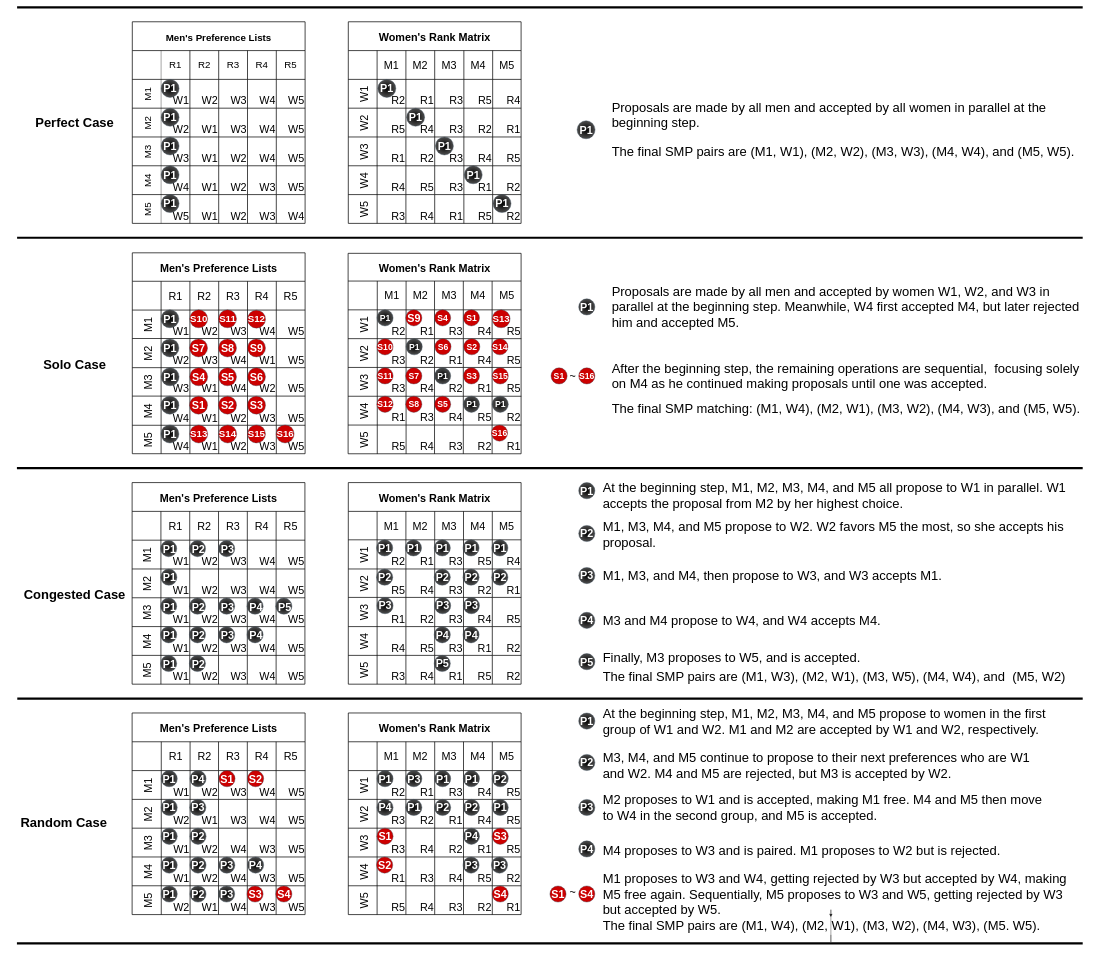
Before: SMPWorkloads.drawio in victorliu-sq/BambooSMP-Figures, a draw.io diagram. Source tidied: cells renumbered, new cells numbered last; positions are measured from the earlier drawing's top-left corner, leaving out a move shared by most shapes. Both pictures are drawn from the tidied source at 36%, with x=0, y=0 at pixel (6, 7).
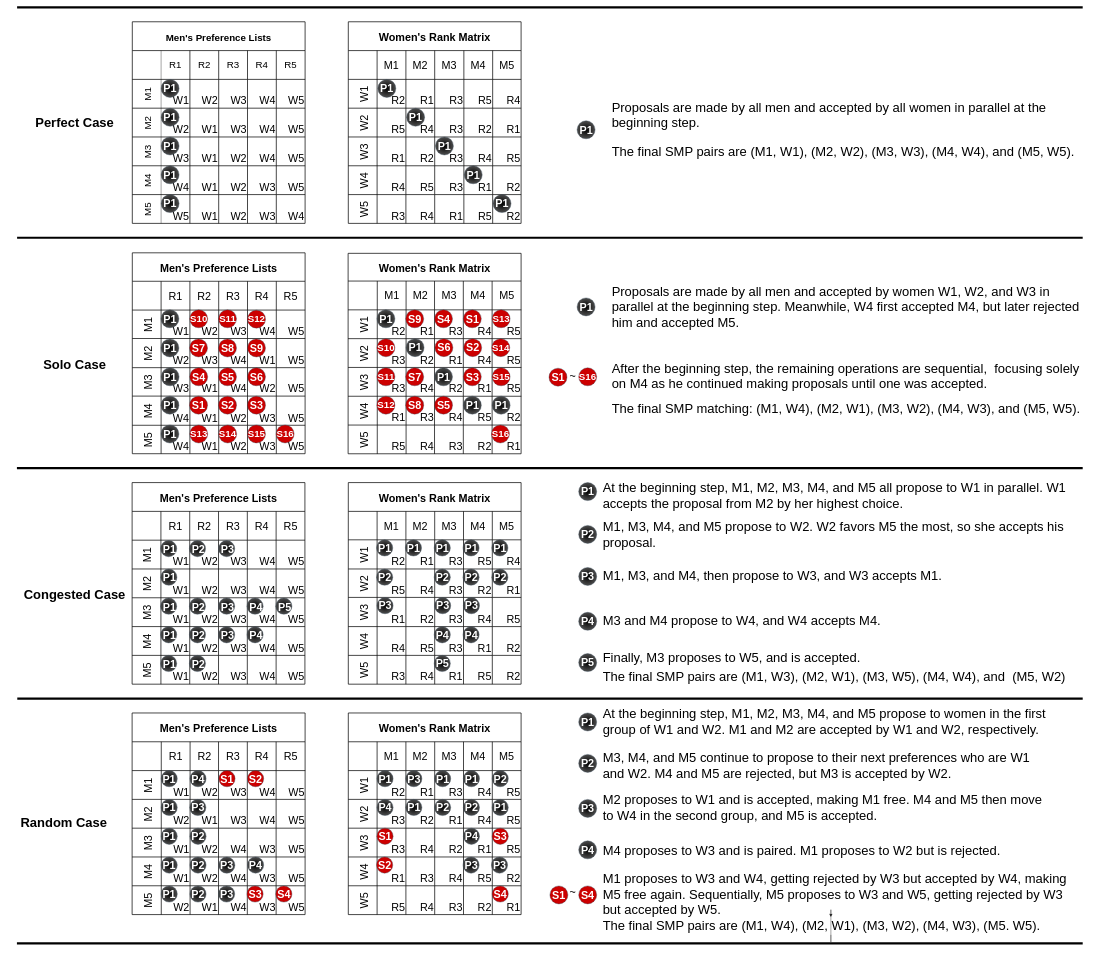
After the change.

The edit, as a diff of the source:
```diff
@@
-    <mxCell id="201" value="S1" style="ellipse;whiteSpace=wrap;html=1;strokeColor=#314354;align=center;verticalAlign=middle;fontFamily=Helvetica;fontSize=24;fillColor=#CC0000;fontColor=#ffffff;fontStyle=1;" parent="1" vertex="1">
-      <mxGeometry x="1513" y="1001.2" width="45" height="45" as="geometry" />
+    <mxCell id="201" value="S1" style="ellipse;whiteSpace=wrap;html=1;strokeColor=#314354;align=center;verticalAlign=middle;fontFamily=Helvetica;fontSize=30;fillColor=#CC0000;fontColor=#ffffff;fontStyle=1;" parent="1" vertex="1">
+      <mxGeometry x="1507.5" y="1002.2" width="50" height="50" as="geometry" />
     </mxCell>
     <mxCell id="202" value="P1" style="ellipse;whiteSpace=wrap;html=1;strokeColor=#314354;align=center;verticalAlign=middle;fontFamily=Helvetica;fontSize=30;fillColor=#000000;fontColor=#ffffff;fontStyle=1;gradientColor=#4D4D4D;gradientDirection=radial;" parent="1" vertex="1">
-      <mxGeometry x="1590" y="809.5" width="45" height="45" as="geometry" />
+      <mxGeometry x="1585.5" y="807" width="50" height="50" as="geometry" />
     </mxCell>
     <mxCell id="203" value="P1" style="ellipse;whiteSpace=wrap;html=1;strokeColor=#314354;align=center;verticalAlign=middle;fontFamily=Helvetica;fontSize=30;fillColor=#000000;fontColor=#ffffff;gradientColor=#4D4D4D;gradientDirection=radial;fontStyle=1;" parent="1" vertex="1">
-      <mxGeometry x="1590" y="1320" width="45" height="45" as="geometry" />
+      <mxGeometry x="1590" y="1320" width="50" height="50" as="geometry" />
     </mxCell>
     <mxCell id="204" value="P2" style="ellipse;whiteSpace=wrap;html=1;strokeColor=#314354;align=center;verticalAlign=middle;fontFamily=Helvetica;fontSize=30;fillColor=#000000;fontColor=#ffffff;gradientColor=#4D4D4D;gradientDirection=radial;fontStyle=1;" parent="1" vertex="1">
-      <mxGeometry x="1590" y="1439" width="45" height="45" as="geometry" />
+      <mxGeometry x="1590" y="1439" width="50" height="50" as="geometry" />
     </mxCell>
     <mxCell id="205" value="P3" style="ellipse;whiteSpace=wrap;html=1;strokeColor=#314354;align=center;verticalAlign=middle;fontFamily=Helvetica;fontSize=30;fillColor=#000000;fontColor=#ffffff;gradientColor=#4D4D4D;gradientDirection=radial;fontStyle=1;" parent="1" vertex="1">
-      <mxGeometry x="1590" y="1555.8" width="45" height="45" as="geometry" />
+      <mxGeometry x="1590" y="1555.8" width="50" height="50" as="geometry" />
     </mxCell>
     <mxCell id="206" value="P4" style="ellipse;whiteSpace=wrap;html=1;strokeColor=#314354;align=center;verticalAlign=middle;fontFamily=Helvetica;fontSize=30;fillColor=#000000;fontColor=#ffffff;gradientColor=#4D4D4D;gradientDirection=radial;fontStyle=1;direction=south;" parent="1" vertex="1">
-      <mxGeometry x="1590" y="1680.3" width="45" height="45" as="geometry" />
+      <mxGeometry x="1590" y="1680.3" width="50" height="50" as="geometry" />
     </mxCell>
@@
-    <mxCell id="218" value="S16" style="ellipse;whiteSpace=wrap;html=1;strokeColor=#314354;align=center;verticalAlign=middle;fontFamily=Helvetica;fontSize=24;fillColor=#CC0000;fontColor=#ffffff;fontStyle=1;" parent="1" vertex="1">
-      <mxGeometry x="1590" y="1001.2" width="45" height="45" as="geometry" />
+    <mxCell id="218" value="S16" style="ellipse;whiteSpace=wrap;html=1;strokeColor=#314354;align=center;verticalAlign=middle;fontFamily=Helvetica;fontSize=27;fillColor=#CC0000;fontColor=#ffffff;fontStyle=1;" parent="1" vertex="1">
+      <mxGeometry x="1590" y="1001.2" width="50" height="50" as="geometry" />
     </mxCell>
@@
     <mxCell id="220" value="P1" style="ellipse;whiteSpace=wrap;html=1;strokeColor=#314354;align=center;verticalAlign=middle;fontFamily=Helvetica;fontSize=30;fillColor=#000000;fontColor=#ffffff;strokeWidth=1;perimeterSpacing=1;gradientColor=#4D4D4D;gradientDirection=radial;fontStyle=1;fillStyle=solid;" parent="1" vertex="1">
-      <mxGeometry x="1590" y="1960" width="45" height="45" as="geometry" />
+      <mxGeometry x="1590" y="1960" width="50" height="50" as="geometry" />
     </mxCell>
     <mxCell id="221" value="P2" style="ellipse;whiteSpace=wrap;html=1;strokeColor=#314354;align=center;verticalAlign=middle;fontFamily=Helvetica;fontSize=30;fillColor=#000000;fontColor=#ffffff;gradientColor=#4D4D4D;gradientDirection=radial;fontStyle=1;" parent="1" vertex="1">
-      <mxGeometry x="1590" y="2075" width="45" height="45" as="geometry" />
+      <mxGeometry x="1590" y="2075" width="50" height="50" as="geometry" />
     </mxCell>
     <mxCell id="222" value="P3" style="ellipse;whiteSpace=wrap;html=1;strokeColor=#314354;align=center;verticalAlign=middle;fontFamily=Helvetica;fontSize=30;fillColor=#000000;fontColor=#ffffff;fontStyle=1;gradientColor=#4D4D4D;gradientDirection=radial;" parent="1" vertex="1">
-      <mxGeometry x="1590" y="2200" width="45" height="45" as="geometry" />
+      <mxGeometry x="1590" y="2200" width="50" height="50" as="geometry" />
     </mxCell>
     <mxCell id="223" value="P4" style="ellipse;whiteSpace=wrap;html=1;strokeColor=#314354;align=center;verticalAlign=middle;fontFamily=Helvetica;fontSize=30;fillColor=#000000;fontColor=#ffffff;fontStyle=1;gradientColor=#4D4D4D;gradientDirection=radial;" parent="1" vertex="1">
-      <mxGeometry x="1590" y="2315.2" width="45" height="45" as="geometry" />
+      <mxGeometry x="1590" y="2315.2" width="50" height="50" as="geometry" />
     </mxCell>
     <mxCell id="224" value="S1" style="ellipse;whiteSpace=wrap;html=1;strokeColor=#314354;align=center;verticalAlign=middle;fontFamily=Helvetica;fontSize=30;fillColor=#CC0000;fontColor=#ffffff;fontStyle=1;" parent="1" vertex="1">
-      <mxGeometry x="1510" y="2440.4" width="45" height="45" as="geometry" />
+      <mxGeometry x="1510" y="2440.4" width="50" height="50" as="geometry" />
     </mxCell>
     <mxCell id="225" value="S4" style="ellipse;whiteSpace=wrap;html=1;strokeColor=#314354;align=center;verticalAlign=middle;fontFamily=Helvetica;fontSize=30;fillColor=#CC0000;fontColor=#ffffff;fillStyle=solid;strokeWidth=1;fontStyle=1;gradientColor=none;gradientDirection=radial;" parent="1" vertex="1">
-      <mxGeometry x="1590" y="2440.3" width="45" height="45" as="geometry" />
+      <mxGeometry x="1590" y="2440.3" width="50" height="50" as="geometry" />
     </mxCell>
     <mxCell id="226" value="&lt;h1 style=&quot;font-size: 30px;&quot;&gt;&lt;span style=&quot;font-weight: 400; font-size: 30px;&quot;&gt;~&lt;/span&gt;&lt;/h1&gt;" style="text;strokeColor=none;align=left;fillColor=none;html=1;verticalAlign=middle;whiteSpace=wrap;rounded=0;fontFamily=Helvetica;fontSize=30;fontColor=default;" parent="1" vertex="1">
-      <mxGeometry x="1563" y="2434.4" width="45" height="45" as="geometry" />
+      <mxGeometry x="1563" y="2434.4" width="50" height="50" as="geometry" />
     </mxCell>
@@
     <mxCell id="243" value="P5" style="ellipse;whiteSpace=wrap;html=1;strokeColor=#314354;align=center;verticalAlign=middle;fontFamily=Helvetica;fontSize=30;fillColor=#000000;fontColor=#ffffff;fillStyle=solid;strokeWidth=1;fontStyle=1;gradientColor=#4D4D4D;gradientDirection=radial;" parent="1" vertex="1">
-      <mxGeometry x="1590" y="1795" width="45" height="45" as="geometry" />
+      <mxGeometry x="1590" y="1795" width="50" height="50" as="geometry" />
     </mxCell>
@@
-    <mxCell id="397" value="P1" style="ellipse;whiteSpace=wrap;html=1;strokeColor=#314354;align=center;verticalAlign=middle;fontFamily=Helvetica;fontSize=24;fillColor=#000000;fontColor=#ffffff;fontStyle=1;gradientColor=#4D4D4D;gradientDirection=radial;" parent="1" vertex="1">
-      <mxGeometry x="1029.5" y="840" width="45" height="45" as="geometry" />
+    <mxCell id="397" value="P1" style="ellipse;whiteSpace=wrap;html=1;strokeColor=#314354;align=center;verticalAlign=middle;fontFamily=Helvetica;fontSize=30;fillColor=#000000;fontColor=#ffffff;fontStyle=1;gradientColor=#4D4D4D;gradientDirection=radial;" parent="1" vertex="1">
+      <mxGeometry x="1029.5" y="840" width="50" height="50" as="geometry" />
     </mxCell>
-    <mxCell id="398" value="P1" style="ellipse;whiteSpace=wrap;html=1;strokeColor=#314354;align=center;verticalAlign=middle;fontFamily=Helvetica;fontSize=24;fillColor=#000000;fontColor=#ffffff;fontStyle=1;gradientColor=#4D4D4D;gradientDirection=radial;" parent="1" vertex="1">
-      <mxGeometry x="1110.5" y="920.2" width="45" height="45" as="geometry" />
+    <mxCell id="398" value="P1" style="ellipse;whiteSpace=wrap;html=1;strokeColor=#314354;align=center;verticalAlign=middle;fontFamily=Helvetica;fontSize=30;fillColor=#000000;fontColor=#ffffff;fontStyle=1;gradientColor=#4D4D4D;gradientDirection=radial;" parent="1" vertex="1">
+      <mxGeometry x="1110.5" y="920.2" width="50" height="50" as="geometry" />
     </mxCell>
-    <mxCell id="399" value="P1" style="ellipse;whiteSpace=wrap;html=1;strokeColor=#314354;align=center;verticalAlign=middle;fontFamily=Helvetica;fontSize=24;fillColor=#000000;fontColor=#ffffff;fontStyle=1;gradientColor=#4D4D4D;gradientDirection=radial;" parent="1" vertex="1">
-      <mxGeometry x="1189.5" y="1001.2" width="45" height="45" as="geometry" />
+    <mxCell id="399" value="P1" style="ellipse;whiteSpace=wrap;html=1;strokeColor=#314354;align=center;verticalAlign=middle;fontFamily=Helvetica;fontSize=30;fillColor=#000000;fontColor=#ffffff;fontStyle=1;gradientColor=#4D4D4D;gradientDirection=radial;" parent="1" vertex="1">
+      <mxGeometry x="1189.5" y="1001.2" width="50" height="50" as="geometry" />
     </mxCell>
-    <mxCell id="400" value="P1" style="ellipse;whiteSpace=wrap;html=1;strokeColor=#314354;align=center;verticalAlign=middle;fontFamily=Helvetica;fontSize=24;fillColor=#000000;fontColor=#ffffff;fontStyle=1;gradientColor=#4D4D4D;gradientDirection=radial;" parent="1" vertex="1">
-      <mxGeometry x="1349.5" y="1080" width="45" height="45" as="geometry" />
+    <mxCell id="400" value="P1" style="ellipse;whiteSpace=wrap;html=1;strokeColor=#314354;align=center;verticalAlign=middle;fontFamily=Helvetica;fontSize=30;fillColor=#000000;fontColor=#ffffff;fontStyle=1;gradientColor=#4D4D4D;gradientDirection=radial;" parent="1" vertex="1">
+      <mxGeometry x="1349.5" y="1080" width="50" height="50" as="geometry" />
     </mxCell>
-    <mxCell id="401" value="P1" style="ellipse;whiteSpace=wrap;html=1;strokeColor=#314354;align=center;verticalAlign=middle;fontFamily=Helvetica;fontSize=24;fillColor=#000000;fontColor=#ffffff;fontStyle=1;gradientColor=#4D4D4D;gradientDirection=radial;" parent="1" vertex="1">
-      <mxGeometry x="1269.5" y="1080" width="45" height="45" as="geometry" />
+    <mxCell id="401" value="P1" style="ellipse;whiteSpace=wrap;html=1;strokeColor=#314354;align=center;verticalAlign=middle;fontFamily=Helvetica;fontSize=30;fillColor=#000000;fontColor=#ffffff;fontStyle=1;gradientColor=#4D4D4D;gradientDirection=radial;" parent="1" vertex="1">
+      <mxGeometry x="1269.5" y="1080" width="50" height="50" as="geometry" />
     </mxCell>
-    <mxCell id="402" value="S2" style="ellipse;whiteSpace=wrap;html=1;strokeColor=#314354;align=center;verticalAlign=middle;fontFamily=Helvetica;fontSize=24;fillColor=#CC0000;fontColor=#ffffff;fontStyle=1;" parent="1" vertex="1">
-      <mxGeometry x="1270.5" y="920.2" width="45" height="45" as="geometry" />
+    <mxCell id="402" value="S2" style="ellipse;whiteSpace=wrap;html=1;strokeColor=#314354;align=center;verticalAlign=middle;fontFamily=Helvetica;fontSize=30;fillColor=#CC0000;fontColor=#ffffff;fontStyle=1;" parent="1" vertex="1">
+      <mxGeometry x="1270.5" y="920.2" width="50" height="50" as="geometry" />
     </mxCell>
-    <mxCell id="403" value="S3" style="ellipse;whiteSpace=wrap;html=1;strokeColor=#314354;align=center;verticalAlign=middle;fontFamily=Helvetica;fontSize=24;fillColor=#CC0000;fontColor=#ffffff;gradientColor=none;fillStyle=solid;strokeWidth=1;fontStyle=1;gradientDirection=radial;" parent="1" vertex="1">
-      <mxGeometry x="1269.5" y="1001.2" width="45" height="45" as="geometry" />
+    <mxCell id="403" value="S3" style="ellipse;whiteSpace=wrap;html=1;strokeColor=#314354;align=center;verticalAlign=middle;fontFamily=Helvetica;fontSize=30;fillColor=#CC0000;fontColor=#ffffff;gradientColor=none;fillStyle=solid;strokeWidth=1;fontStyle=1;gradientDirection=radial;" parent="1" vertex="1">
+      <mxGeometry x="1269.5" y="1001.2" width="50" height="50" as="geometry" />
     </mxCell>
-    <mxCell id="404" value="S4" style="ellipse;whiteSpace=wrap;html=1;strokeColor=#314354;align=center;verticalAlign=middle;fontFamily=Helvetica;fontSize=24;fillColor=#CC0000;fontColor=#ffffff;fontStyle=1;" parent="1" vertex="1">
-      <mxGeometry x="1189.5" y="840" width="45" height="45" as="geometry" />
+    <mxCell id="404" value="S4" style="ellipse;whiteSpace=wrap;html=1;strokeColor=#314354;align=center;verticalAlign=middle;fontFamily=Helvetica;fontSize=30;fillColor=#CC0000;fontColor=#ffffff;fontStyle=1;" parent="1" vertex="1">
+      <mxGeometry x="1189.5" y="840" width="50" height="50" as="geometry" />
     </mxCell>
-    <mxCell id="405" value="S5" style="ellipse;whiteSpace=wrap;html=1;strokeColor=#314354;align=center;verticalAlign=middle;fontFamily=Helvetica;fontSize=24;fillColor=#CC0000;fontColor=#ffffff;fontStyle=1;" parent="1" vertex="1">
-      <mxGeometry x="1189.5" y="1080" width="45" height="45" as="geometry" />
+    <mxCell id="405" value="S5" style="ellipse;whiteSpace=wrap;html=1;strokeColor=#314354;align=center;verticalAlign=middle;fontFamily=Helvetica;fontSize=30;fillColor=#CC0000;fontColor=#ffffff;fontStyle=1;" parent="1" vertex="1">
+      <mxGeometry x="1189.5" y="1080" width="50" height="50" as="geometry" />
     </mxCell>
-    <mxCell id="406" value="S6" style="ellipse;whiteSpace=wrap;html=1;strokeColor=#314354;align=center;verticalAlign=middle;fontFamily=Helvetica;fontSize=24;fillColor=#CC0000;fontColor=#ffffff;gradientColor=none;fillStyle=solid;strokeWidth=1;fontStyle=1;gradientDirection=radial;" parent="1" vertex="1">
-      <mxGeometry x="1190.5" y="920.2" width="45" height="45" as="geometry" />
+    <mxCell id="406" value="S6" style="ellipse;whiteSpace=wrap;html=1;strokeColor=#314354;align=center;verticalAlign=middle;fontFamily=Helvetica;fontSize=30;fillColor=#CC0000;fontColor=#ffffff;gradientColor=none;fillStyle=solid;strokeWidth=1;fontStyle=1;gradientDirection=radial;" parent="1" vertex="1">
+      <mxGeometry x="1190.5" y="920.2" width="50" height="50" as="geometry" />
     </mxCell>
-    <mxCell id="407" value="S7" style="ellipse;whiteSpace=wrap;html=1;strokeColor=#314354;align=center;verticalAlign=middle;fontFamily=Helvetica;fontSize=24;fillColor=#CC0000;fontColor=#ffffff;fontStyle=1;" parent="1" vertex="1">
-      <mxGeometry x="1109.5" y="1001.2" width="45" height="45" as="geometry" />
+    <mxCell id="407" value="S7" style="ellipse;whiteSpace=wrap;html=1;strokeColor=#314354;align=center;verticalAlign=middle;fontFamily=Helvetica;fontSize=30;fillColor=#CC0000;fontColor=#ffffff;fontStyle=1;" parent="1" vertex="1">
+      <mxGeometry x="1109.5" y="1001.2" width="50" height="50" as="geometry" />
     </mxCell>
-    <mxCell id="408" value="S8" style="ellipse;whiteSpace=wrap;html=1;strokeColor=#314354;align=center;verticalAlign=middle;fontFamily=Helvetica;fontSize=24;fillColor=#CC0000;fontColor=#ffffff;fontStyle=1;" parent="1" vertex="1">
-      <mxGeometry x="1109.5" y="1080" width="45" height="45" as="geometry" />
+    <mxCell id="408" value="S8" style="ellipse;whiteSpace=wrap;html=1;strokeColor=#314354;align=center;verticalAlign=middle;fontFamily=Helvetica;fontSize=30;fillColor=#CC0000;fontColor=#ffffff;fontStyle=1;" parent="1" vertex="1">
+      <mxGeometry x="1109.5" y="1080" width="50" height="50" as="geometry" />
     </mxCell>
     <mxCell id="409" value="S9" style="ellipse;whiteSpace=wrap;html=1;strokeColor=#314354;align=center;verticalAlign=middle;fontFamily=Helvetica;fontSize=30;fillColor=#CC0000;fontColor=#ffffff;gradientColor=none;fillStyle=solid;strokeWidth=1;fontStyle=1;gradientDirection=radial;" parent="1" vertex="1">
-      <mxGeometry x="1109.5" y="840" width="45" height="45" as="geometry" />
+      <mxGeometry x="1109.5" y="840" width="50" height="50" as="geometry" />
     </mxCell>
-    <mxCell id="410" value="S10" style="ellipse;whiteSpace=wrap;html=1;strokeColor=#314354;align=center;verticalAlign=middle;fontFamily=Helvetica;fontSize=24;fillColor=#CC0000;fontColor=#ffffff;fontStyle=1;" parent="1" vertex="1">
-      <mxGeometry x="1029.5" y="920.5" width="45" height="45" as="geometry" />
+    <mxCell id="410" value="S10" style="ellipse;whiteSpace=wrap;html=1;strokeColor=#314354;align=center;verticalAlign=middle;fontFamily=Helvetica;fontSize=27;fillColor=#CC0000;fontColor=#ffffff;fontStyle=1;" parent="1" vertex="1">
+      <mxGeometry x="1029.5" y="920.5" width="50" height="50" as="geometry" />
     </mxCell>
-    <mxCell id="411" value="S11" style="ellipse;whiteSpace=wrap;html=1;strokeColor=#314354;align=center;verticalAlign=middle;fontFamily=Helvetica;fontSize=24;fillColor=#CC0000;fontColor=#ffffff;fontStyle=1;" parent="1" vertex="1">
-      <mxGeometry x="1029.5" y="1001.2" width="45" height="45" as="geometry" />
+    <mxCell id="411" value="S11" style="ellipse;whiteSpace=wrap;html=1;strokeColor=#314354;align=center;verticalAlign=middle;fontFamily=Helvetica;fontSize=27;fillColor=#CC0000;fontColor=#ffffff;fontStyle=1;" parent="1" vertex="1">
+      <mxGeometry x="1029.5" y="1001.2" width="50" height="50" as="geometry" />
     </mxCell>
-    <mxCell id="412" value="S12" style="ellipse;whiteSpace=wrap;html=1;strokeColor=#314354;align=center;verticalAlign=middle;fontFamily=Helvetica;fontSize=24;fillColor=#CC0000;fontColor=#ffffff;gradientColor=none;fillStyle=solid;strokeWidth=1;fontStyle=1;gradientDirection=radial;" parent="1" vertex="1">
-      <mxGeometry x="1029.5" y="1080" width="45" height="45" as="geometry" />
+    <mxCell id="412" value="S12" style="ellipse;whiteSpace=wrap;html=1;strokeColor=#314354;align=center;verticalAlign=middle;fontFamily=Helvetica;fontSize=27;fillColor=#CC0000;fontColor=#ffffff;gradientColor=none;fillStyle=solid;strokeWidth=1;fontStyle=1;gradientDirection=radial;" parent="1" vertex="1">
+      <mxGeometry x="1029.5" y="1080" width="50" height="50" as="geometry" />
     </mxCell>
@@
-    <mxCell id="414" value="S14" style="ellipse;whiteSpace=wrap;html=1;strokeColor=#314354;align=center;verticalAlign=middle;fontFamily=Helvetica;fontSize=24;fillColor=#CC0000;fontColor=#ffffff;fontStyle=1;" parent="1" vertex="1">
-      <mxGeometry x="1348.5" y="920.2" width="45" height="45" as="geometry" />
+    <mxCell id="414" value="S14" style="ellipse;whiteSpace=wrap;html=1;strokeColor=#314354;align=center;verticalAlign=middle;fontFamily=Helvetica;fontSize=27;fillColor=#CC0000;fontColor=#ffffff;fontStyle=1;" parent="1" vertex="1">
+      <mxGeometry x="1348.5" y="920.2" width="50" height="50" as="geometry" />
     </mxCell>
-    <mxCell id="415" value="S15" style="ellipse;whiteSpace=wrap;html=1;strokeColor=#314354;align=center;verticalAlign=middle;fontFamily=Helvetica;fontSize=24;fillColor=#CC0000;fontColor=#ffffff;fontStyle=1;" parent="1" vertex="1">
-      <mxGeometry x="1349.5" y="1001.2" width="45" height="45" as="geometry" />
+    <mxCell id="415" value="S15" style="ellipse;whiteSpace=wrap;html=1;strokeColor=#314354;align=center;verticalAlign=middle;fontFamily=Helvetica;fontSize=27;fillColor=#CC0000;fontColor=#ffffff;fontStyle=1;" parent="1" vertex="1">
+      <mxGeometry x="1349.5" y="1001.2" width="50" height="50" as="geometry" />
     </mxCell>
-    <mxCell id="416" value="S16" style="ellipse;whiteSpace=wrap;html=1;strokeColor=#314354;align=center;verticalAlign=middle;fontFamily=Helvetica;fontSize=24;fillColor=#CC0000;fontColor=#ffffff;gradientColor=none;fillStyle=solid;strokeWidth=1;fontStyle=1;gradientDirection=radial;" parent="1" vertex="1">
-      <mxGeometry x="1347.5" y="1160" width="45" height="45" as="geometry" />
+    <mxCell id="416" value="S16" style="ellipse;whiteSpace=wrap;html=1;strokeColor=#314354;align=center;verticalAlign=middle;fontFamily=Helvetica;fontSize=27;fillColor=#CC0000;fontColor=#ffffff;gradientColor=none;fillStyle=solid;strokeWidth=1;fontStyle=1;gradientDirection=radial;" parent="1" vertex="1">
+      <mxGeometry x="1347.5" y="1160" width="50" height="50" as="geometry" />
     </mxCell>
-    <mxCell id="417" value="S1" style="ellipse;whiteSpace=wrap;html=1;strokeColor=#314354;align=center;verticalAlign=middle;fontFamily=Helvetica;fontSize=24;fillColor=#CC0000;fontColor=#ffffff;fontStyle=1;" parent="1" vertex="1">
-      <mxGeometry x="1269.5" y="840" width="45" height="45" as="geometry" />
+    <mxCell id="417" value="S1" style="ellipse;whiteSpace=wrap;html=1;strokeColor=#314354;align=center;verticalAlign=middle;fontFamily=Helvetica;fontSize=30;fillColor=#CC0000;fontColor=#ffffff;fontStyle=1;" parent="1" vertex="1">
+      <mxGeometry x="1269.5" y="840" width="50" height="50" as="geometry" />
     </mxCell>
```
